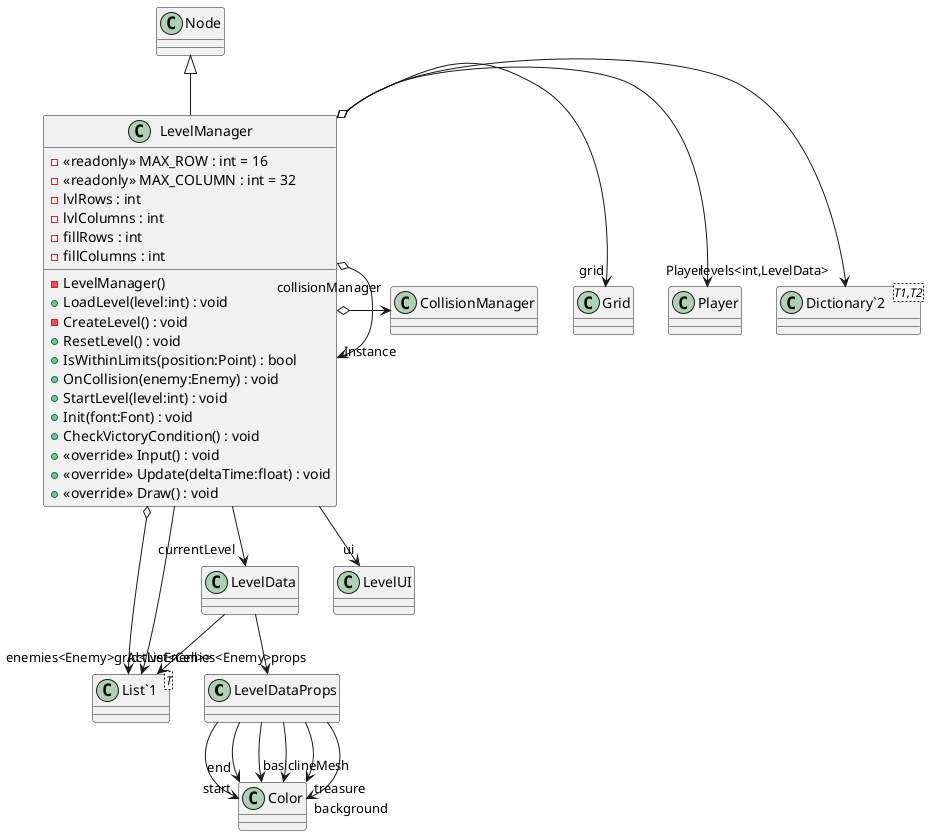
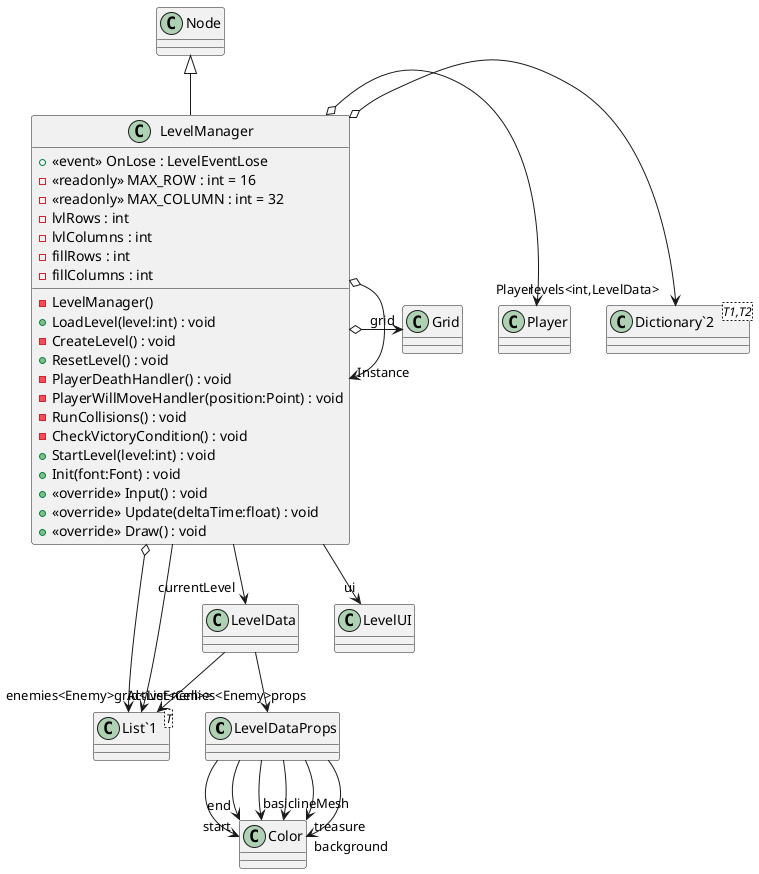
@startuml
class LevelDataProps {
}
class LevelData {
}
class LevelManager {
+     +  <<event>> OnLose : LevelEventLose
    - <<readonly>> MAX_ROW : int = 16
    - <<readonly>> MAX_COLUMN : int = 32
    - lvlRows : int
    - lvlColumns : int
    - fillRows : int
    - fillColumns : int
    - LevelManager()
    + LoadLevel(level:int) : void
    - CreateLevel() : void
    + ResetLevel() : void
-     + IsWithinLimits(position:Point) : bool
-     + OnCollision(enemy:Enemy) : void
+     - PlayerDeathHandler() : void
+     - PlayerWillMoveHandler(position:Point) : void
+     - RunCollisions() : void
+     - CheckVictoryCondition() : void
    + StartLevel(level:int) : void
    + Init(font:Font) : void
-     + CheckVictoryCondition() : void
    + <<override>> Input() : void
    + <<override>> Update(deltaTime:float) : void
    + <<override>> Draw() : void
}
class "List`1"<T> {
}
class "Dictionary`2"<T1,T2> {
}
LevelDataProps --> "start" Color
LevelDataProps --> "end" Color
LevelDataProps --> "basic" Color
LevelDataProps --> "lineMesh" Color
LevelDataProps --> "treasure" Color
LevelDataProps --> "background" Color
LevelData --> "props" LevelDataProps
LevelData --> "grid<List<Cell>>" "List`1"
Node <|-- LevelManager
LevelManager o-> "levels<int,LevelData>" "Dictionary`2"
LevelManager --> "currentLevel" LevelData
LevelManager o-> "Player" Player
LevelManager o-> "enemies<Enemy>" "List`1"
LevelManager --> "ActiveEnemies<Enemy>" "List`1"
LevelManager o-> "grid" Grid
- LevelManager o-> "collisionManager" CollisionManager
LevelManager --> "ui" LevelUI
LevelManager o-> "Instance" LevelManager
@enduml
